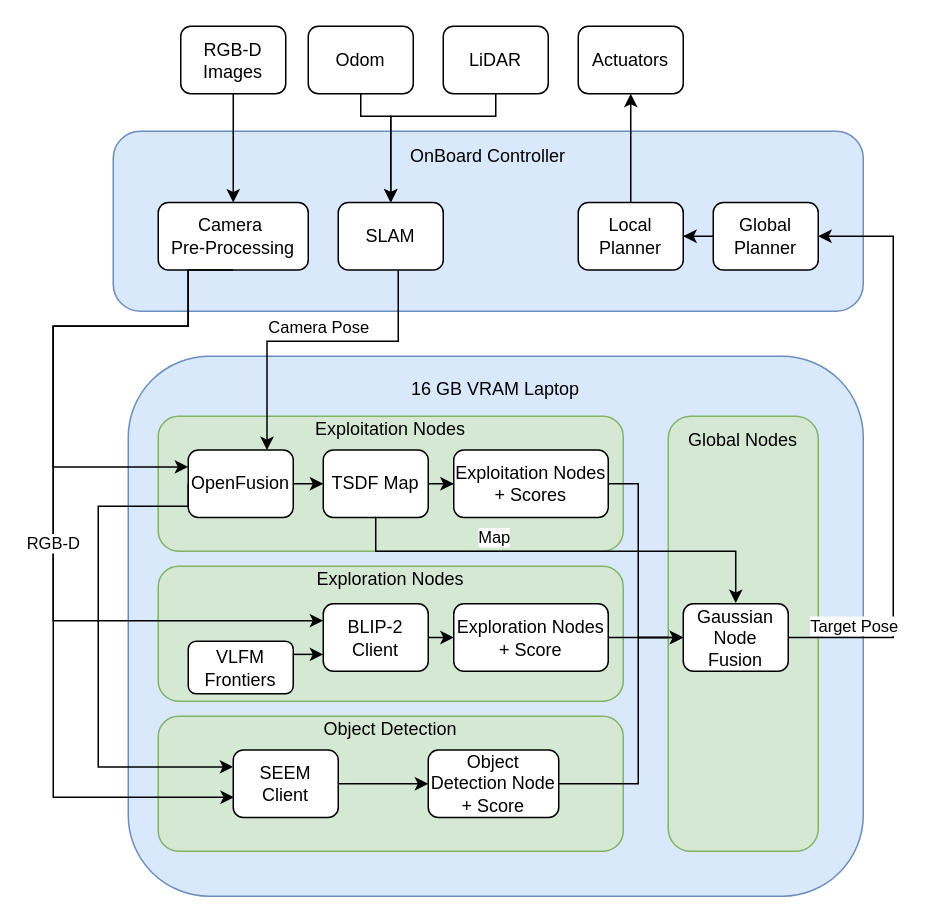
The draw.io diagram drawio/Master_Thesis_Overview.drawio in KevinEppacher/Eppacher_Master_Thesis, before the edit. Source tidied: cells renumbered, new cells numbered last; positions are measured from the earlier drawing's top-left corner, leaving out a move shared by most shapes. Both pictures are drawn from the tidied source at 150%, with x=0, y=0 at pixel (52, 26).
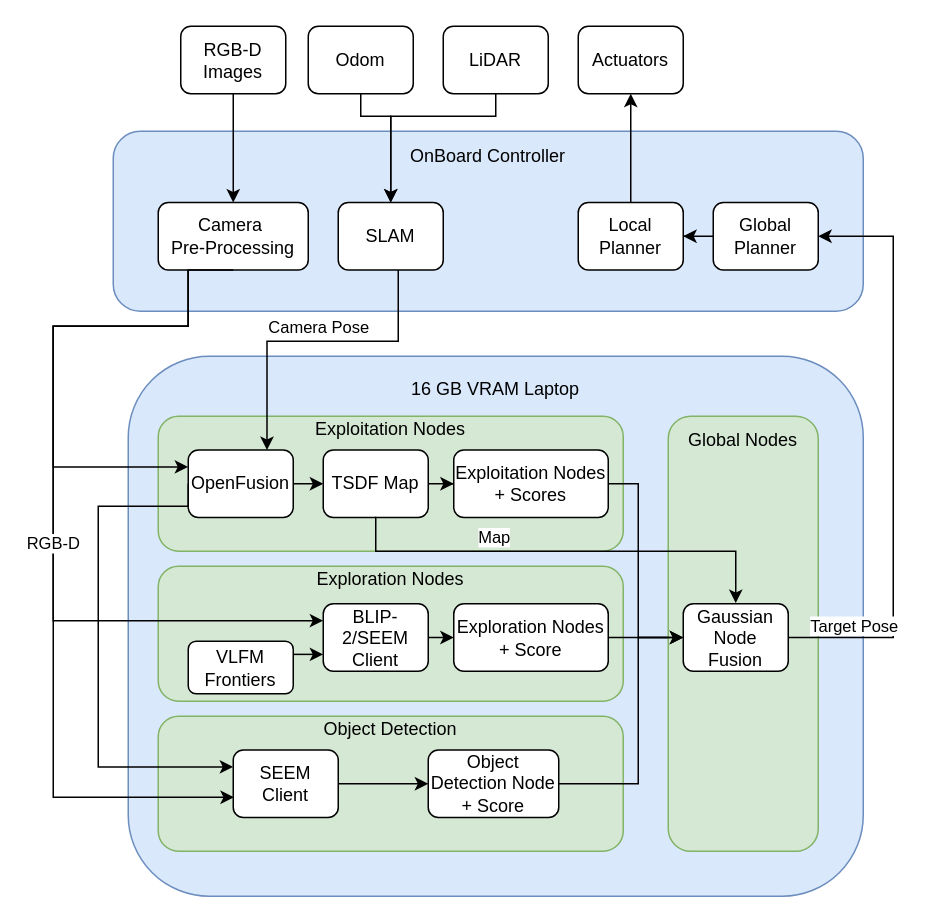
The same diagram, later.

Change to the diagram source:
```diff
@@
-    <mxCell id="8" value="BLIP-2 Client" style="rounded=1;whiteSpace=wrap;html=1;" parent="1" vertex="1">
+    <mxCell id="8" value="BLIP-2/SEEM Client" style="rounded=1;whiteSpace=wrap;html=1;" parent="1" vertex="1">
       <mxGeometry x="180" y="385" width="70" height="45" as="geometry" />
     </mxCell>
```
